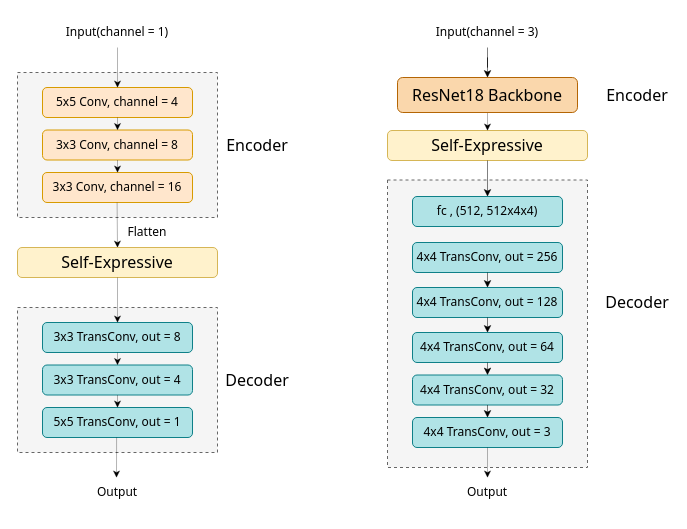
The draw.io diagram test.drawio in infiniteaim/Repository-from-Anonus, before the edit. Source tidied: cells renumbered, new cells numbered last; positions are measured from the earlier drawing's top-left corner, leaving out a move shared by most shapes. Both pictures are drawn from the tidied source at 100%, with x=0, y=0 at pixel (17, 17).
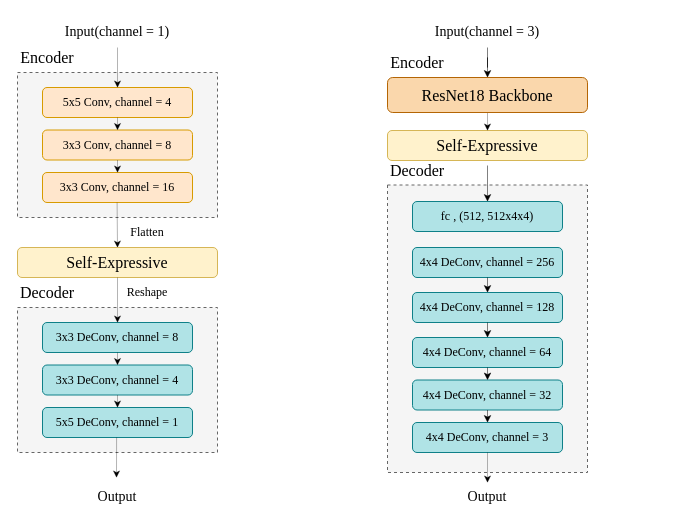
After the change.

Change to the diagram source:
```diff
@@
-    <mxCell id="2" style="rounded=0;whiteSpace=wrap;html=1;dashed=1;fillColor=#f5f5f5;fontColor=#333333;strokeColor=#666666;fontFamily=Tahoma;" parent="1" vertex="1">
+    <mxCell id="2" style="rounded=0;whiteSpace=wrap;html=1;dashed=1;fillColor=#f5f5f5;fontColor=#333333;strokeColor=#666666;fontFamily=Times New Roman;" parent="1" vertex="1">
       <mxGeometry y="55" width="200" height="145" as="geometry" />
     </mxCell>
-    <mxCell id="3" value="5x5 Conv, channel = 4" style="rounded=1;whiteSpace=wrap;html=1;fillColor=#ffe6cc;strokeColor=#d79b00;fontFamily=Tahoma;" parent="1" vertex="1">
+    <mxCell id="3" value="5x5 Conv, channel = 4" style="rounded=1;whiteSpace=wrap;html=1;fillColor=#ffe6cc;strokeColor=#d79b00;fontFamily=Times New Roman;" parent="1" vertex="1">
       <mxGeometry x="25" y="70" width="150" height="30" as="geometry" />
     </mxCell>
-    <mxCell id="4" value="3x3 Conv, channel = 8" style="rounded=1;whiteSpace=wrap;html=1;fillColor=#ffe6cc;strokeColor=#d79b00;fontFamily=Tahoma;" parent="1" vertex="1">
+    <mxCell id="4" value="3x3 Conv, channel = 8" style="rounded=1;whiteSpace=wrap;html=1;fillColor=#ffe6cc;strokeColor=#d79b00;fontFamily=Times New Roman;" parent="1" vertex="1">
       <mxGeometry x="25" y="112.5" width="150" height="30" as="geometry" />
     </mxCell>
-    <mxCell id="5" value="3x3 Conv, channel = 16" style="rounded=1;whiteSpace=wrap;html=1;fillColor=#ffe6cc;strokeColor=#d79b00;fontFamily=Tahoma;" parent="1" vertex="1">
+    <mxCell id="5" value="3x3 Conv, channel = 16" style="rounded=1;whiteSpace=wrap;html=1;fillColor=#ffe6cc;strokeColor=#d79b00;fontFamily=Times New Roman;" parent="1" vertex="1">
       <mxGeometry x="25" y="155" width="150" height="30" as="geometry" />
     </mxCell>
-    <mxCell id="6" style="endArrow=classic;html=1;rounded=0;entryX=0.5;entryY=0;entryDx=0;entryDy=0;strokeWidth=0.3;fontFamily=Tahoma;" parent="1" edge="1" target="3">
+    <mxCell id="6" style="endArrow=classic;html=1;rounded=0;entryX=0.5;entryY=0;entryDx=0;entryDy=0;strokeWidth=0.3;fontFamily=Times New Roman;" parent="1" edge="1" target="3">
       <mxGeometry relative="1" as="geometry">
         <mxPoint x="100" y="30" as="sourcePoint" />
       </mxGeometry>
     </mxCell>
-    <mxCell id="7" style="endArrow=classic;html=1;rounded=0;entryX=0.5;entryY=0;entryDx=0;entryDy=0;strokeWidth=0.3;exitX=0.5;exitY=1;exitDx=0;exitDy=0;fontFamily=Tahoma;" parent="1" edge="1" source="3" target="4">
+    <mxCell id="7" style="endArrow=classic;html=1;rounded=0;entryX=0.5;entryY=0;entryDx=0;entryDy=0;strokeWidth=0.3;exitX=0.5;exitY=1;exitDx=0;exitDy=0;fontFamily=Times New Roman;" parent="1" edge="1" source="3" target="4">
       <mxGeometry relative="1" as="geometry" />
     </mxCell>
-    <mxCell id="8" style="endArrow=classic;html=1;rounded=0;entryX=0.5;entryY=0;entryDx=0;entryDy=0;strokeWidth=0.3;exitX=0.5;exitY=1;exitDx=0;exitDy=0;fontFamily=Tahoma;" parent="1" edge="1" source="4" target="5">
+    <mxCell id="8" style="endArrow=classic;html=1;rounded=0;entryX=0.5;entryY=0;entryDx=0;entryDy=0;strokeWidth=0.3;exitX=0.5;exitY=1;exitDx=0;exitDy=0;fontFamily=Times New Roman;" parent="1" edge="1" source="4" target="5">
       <mxGeometry relative="1" as="geometry" />
     </mxCell>
-    <mxCell id="9" style="endArrow=classic;html=1;rounded=0;entryX=0.5;entryY=0;entryDx=0;entryDy=0;strokeWidth=0.3;fontFamily=Tahoma;" parent="1" edge="1" target="10">
+    <mxCell id="9" style="endArrow=classic;html=1;rounded=0;entryX=0.5;entryY=0;entryDx=0;entryDy=0;strokeWidth=0.3;fontFamily=Times New Roman;" parent="1" edge="1" target="10">
       <mxGeometry relative="1" as="geometry">
         <mxPoint x="99.6" y="185" as="sourcePoint" />
       </mxGeometry>
     </mxCell>
-    <mxCell id="10" value="&lt;font style=&quot;font-size: 16px;&quot;&gt;Self-Expressive&lt;/font&gt;" style="rounded=1;whiteSpace=wrap;html=1;fillColor=#fff2cc;strokeColor=#d6b656;fontFamily=Tahoma;" parent="1" vertex="1">
+    <mxCell id="10" value="&lt;font style=&quot;font-size: 16px;&quot;&gt;Self-Expressive&lt;/font&gt;" style="rounded=1;whiteSpace=wrap;html=1;fillColor=#fff2cc;strokeColor=#d6b656;fontFamily=Times New Roman;" parent="1" vertex="1">
       <mxGeometry y="230" width="200" height="30" as="geometry" />
     </mxCell>
-    <mxCell id="11" value="Flatten" style="text;html=1;align=center;verticalAlign=middle;whiteSpace=wrap;rounded=0;fontFamily=Tahoma;" parent="1" vertex="1">
+    <mxCell id="11" value="Flatten" style="text;html=1;align=center;verticalAlign=middle;whiteSpace=wrap;rounded=0;fontFamily=Times New Roman;" parent="1" vertex="1">
       <mxGeometry x="100" y="200" width="60" height="30" as="geometry" />
     </mxCell>
-    <mxCell id="12" value="&lt;font style=&quot;font-size: 16px;&quot;&gt;Encoder&lt;/font&gt;" style="text;html=1;align=center;verticalAlign=middle;whiteSpace=wrap;rounded=0;fontFamily=Tahoma;" parent="1" vertex="1">
-      <mxGeometry x="210" y="113" width="60" height="30" as="geometry" />
+    <mxCell id="12" value="&lt;font style=&quot;font-size: 16px;&quot;&gt;Encoder&lt;/font&gt;" style="text;html=1;align=center;verticalAlign=middle;whiteSpace=wrap;rounded=0;fontFamily=Times New Roman;" parent="1" vertex="1">
+      <mxGeometry y="25" width="60" height="30" as="geometry" />
     </mxCell>
-    <mxCell id="13" style="rounded=0;whiteSpace=wrap;html=1;dashed=1;fillColor=#f5f5f5;fontColor=#333333;strokeColor=#666666;fontFamily=Tahoma;" parent="1" vertex="1">
+    <mxCell id="13" style="rounded=0;whiteSpace=wrap;html=1;dashed=1;fillColor=#f5f5f5;fontColor=#333333;strokeColor=#666666;fontFamily=Times New Roman;" parent="1" vertex="1">
       <mxGeometry y="290" width="200" height="145" as="geometry" />
     </mxCell>
-    <mxCell id="14" value="3x3 TransConv, out = 8" style="rounded=1;whiteSpace=wrap;html=1;fillColor=#b0e3e6;strokeColor=#0e8088;fontFamily=Tahoma;" parent="1" vertex="1">
+    <mxCell id="14" value="3x3 DeConv, channel = 8" style="rounded=1;whiteSpace=wrap;html=1;fillColor=#b0e3e6;strokeColor=#0e8088;fontFamily=Times New Roman;" parent="1" vertex="1">
       <mxGeometry x="25" y="305" width="150" height="30" as="geometry" />
     </mxCell>
-    <mxCell id="15" value="3x3 TransConv, out = 4" style="rounded=1;whiteSpace=wrap;html=1;fillColor=#b0e3e6;strokeColor=#0e8088;fontFamily=Tahoma;" parent="1" vertex="1">
+    <mxCell id="15" value="3x3 DeConv, channel&amp;nbsp;= 4" style="rounded=1;whiteSpace=wrap;html=1;fillColor=#b0e3e6;strokeColor=#0e8088;fontFamily=Times New Roman;" parent="1" vertex="1">
       <mxGeometry x="25" y="347.5" width="150" height="30" as="geometry" />
     </mxCell>
-    <mxCell id="16" value="5x5 TransConv, out = 1" style="rounded=1;whiteSpace=wrap;html=1;fillColor=#b0e3e6;strokeColor=#0e8088;fontFamily=Tahoma;" parent="1" vertex="1">
+    <mxCell id="16" value="5x5 DeConv, channel&amp;nbsp;= 1" style="rounded=1;whiteSpace=wrap;html=1;fillColor=#b0e3e6;strokeColor=#0e8088;fontFamily=Times New Roman;" parent="1" vertex="1">
       <mxGeometry x="25" y="390" width="150" height="30" as="geometry" />
     </mxCell>
-    <mxCell id="17" style="endArrow=classic;html=1;rounded=0;entryX=0.5;entryY=0;entryDx=0;entryDy=0;strokeWidth=0.3;exitX=0.5;exitY=1;exitDx=0;exitDy=0;fontFamily=Tahoma;" parent="1" edge="1" source="10" target="14">
+    <mxCell id="17" style="endArrow=classic;html=1;rounded=0;entryX=0.5;entryY=0;entryDx=0;entryDy=0;strokeWidth=0.3;exitX=0.5;exitY=1;exitDx=0;exitDy=0;fontFamily=Times New Roman;" parent="1" edge="1" source="10" target="14">
       <mxGeometry relative="1" as="geometry" />
     </mxCell>
-    <mxCell id="18" style="endArrow=classic;html=1;rounded=0;entryX=0.5;entryY=0;entryDx=0;entryDy=0;strokeWidth=0.3;exitX=0.5;exitY=1;exitDx=0;exitDy=0;fontFamily=Tahoma;" parent="1" edge="1" source="14" target="15">
+    <mxCell id="18" style="endArrow=classic;html=1;rounded=0;entryX=0.5;entryY=0;entryDx=0;entryDy=0;strokeWidth=0.3;exitX=0.5;exitY=1;exitDx=0;exitDy=0;fontFamily=Times New Roman;" parent="1" edge="1" source="14" target="15">
       <mxGeometry relative="1" as="geometry" />
     </mxCell>
-    <mxCell id="19" style="endArrow=classic;html=1;rounded=0;entryX=0.5;entryY=0;entryDx=0;entryDy=0;strokeWidth=0.3;exitX=0.5;exitY=1;exitDx=0;exitDy=0;fontFamily=Tahoma;" parent="1" edge="1" source="15" target="16">
+    <mxCell id="19" style="endArrow=classic;html=1;rounded=0;entryX=0.5;entryY=0;entryDx=0;entryDy=0;strokeWidth=0.3;exitX=0.5;exitY=1;exitDx=0;exitDy=0;fontFamily=Times New Roman;" parent="1" edge="1" source="15" target="16">
       <mxGeometry relative="1" as="geometry" />
     </mxCell>
-    <mxCell id="20" value="&lt;font style=&quot;font-size: 16px;&quot;&gt;Decoder&lt;/font&gt;" style="text;html=1;align=center;verticalAlign=middle;whiteSpace=wrap;rounded=0;fontFamily=Tahoma;" parent="1" vertex="1">
-      <mxGeometry x="210" y="347.5" width="60" height="30" as="geometry" />
+    <mxCell id="20" value="&lt;font style=&quot;font-size: 16px;&quot;&gt;Decoder&lt;/font&gt;" style="text;html=1;align=center;verticalAlign=middle;whiteSpace=wrap;rounded=0;fontFamily=Times New Roman;" parent="1" vertex="1">
+      <mxGeometry y="260" width="60" height="30" as="geometry" />
     </mxCell>
-    <mxCell id="21" value="&lt;font style=&quot;font-size: 16px;&quot;&gt;Self-Expressive&lt;/font&gt;" style="rounded=1;whiteSpace=wrap;html=1;fillColor=#fff2cc;strokeColor=#d6b656;fontFamily=Tahoma;" parent="1" vertex="1">
+    <mxCell id="21" value="&lt;font style=&quot;font-size: 16px;&quot;&gt;Self-Expressive&lt;/font&gt;" style="rounded=1;whiteSpace=wrap;html=1;fillColor=#fff2cc;strokeColor=#d6b656;fontFamily=Times New Roman;" parent="1" vertex="1">
       <mxGeometry x="370" y="113" width="200" height="30" as="geometry" />
     </mxCell>
-    <mxCell id="22" style="endArrow=classic;html=1;rounded=0;strokeWidth=0.3;entryX=0.5;entryY=0;entryDx=0;entryDy=0;fontFamily=Tahoma;" parent="1" edge="1" target="21">
+    <mxCell id="22" style="endArrow=classic;html=1;rounded=0;strokeWidth=0.3;entryX=0.5;entryY=0;entryDx=0;entryDy=0;fontFamily=Times New Roman;" parent="1" edge="1" target="21">
       <mxGeometry relative="1" as="geometry">
         <mxPoint x="470" y="80" as="sourcePoint" />
       </mxGeometry>
     </mxCell>
-    <mxCell id="23" style="rounded=0;whiteSpace=wrap;html=1;dashed=1;fillColor=#f5f5f5;fontColor=#333333;strokeColor=#666666;fontFamily=Tahoma;" parent="1" vertex="1">
-      <mxGeometry x="370" y="162.5" width="200" height="287.5" as="geometry" />
+    <mxCell id="23" style="rounded=0;whiteSpace=wrap;html=1;dashed=1;fillColor=#f5f5f5;fontColor=#333333;strokeColor=#666666;fontFamily=Times New Roman;" parent="1" vertex="1">
+      <mxGeometry x="370" y="167.5" width="200" height="287.5" as="geometry" />
     </mxCell>
-    <mxCell id="24" value="4x4 TransConv, out = 256" style="rounded=1;whiteSpace=wrap;html=1;fillColor=#b0e3e6;strokeColor=#0e8088;fontFamily=Tahoma;" parent="1" vertex="1">
-      <mxGeometry x="395" y="225" width="150" height="30" as="geometry" />
+    <mxCell id="24" value="4x4 DeConv, channel = 256" style="rounded=1;whiteSpace=wrap;html=1;fillColor=#b0e3e6;strokeColor=#0e8088;fontFamily=Times New Roman;" parent="1" vertex="1">
+      <mxGeometry x="395" y="230" width="150" height="30" as="geometry" />
     </mxCell>
-    <mxCell id="25" value="4x4 TransConv, out = 128" style="rounded=1;whiteSpace=wrap;html=1;fillColor=#b0e3e6;strokeColor=#0e8088;fontFamily=Tahoma;" parent="1" vertex="1">
-      <mxGeometry x="395" y="270" width="150" height="30" as="geometry" />
+    <mxCell id="25" value="4x4 DeConv, channel = 128" style="rounded=1;whiteSpace=wrap;html=1;fillColor=#b0e3e6;strokeColor=#0e8088;fontFamily=Times New Roman;" parent="1" vertex="1">
+      <mxGeometry x="395" y="275" width="150" height="30" as="geometry" />
     </mxCell>
-    <mxCell id="26" value="4x4 TransConv, out = 64" style="rounded=1;whiteSpace=wrap;html=1;fillColor=#b0e3e6;strokeColor=#0e8088;fontFamily=Tahoma;" parent="1" vertex="1">
-      <mxGeometry x="395" y="315" width="150" height="30" as="geometry" />
+    <mxCell id="26" value="4x4 DeConv, channel = 64" style="rounded=1;whiteSpace=wrap;html=1;fillColor=#b0e3e6;strokeColor=#0e8088;fontFamily=Times New Roman;" parent="1" vertex="1">
+      <mxGeometry x="395" y="320" width="150" height="30" as="geometry" />
     </mxCell>
-    <mxCell id="27" value="4x4 TransConv, out = 32" style="rounded=1;whiteSpace=wrap;html=1;fillColor=#b0e3e6;strokeColor=#0e8088;fontFamily=Tahoma;" parent="1" vertex="1">
-      <mxGeometry x="395" y="357.5" width="150" height="30" as="geometry" />
+    <mxCell id="27" value="4x4 DeConv, channel = 32" style="rounded=1;whiteSpace=wrap;html=1;fillColor=#b0e3e6;strokeColor=#0e8088;fontFamily=Times New Roman;" parent="1" vertex="1">
+      <mxGeometry x="395" y="362.5" width="150" height="30" as="geometry" />
     </mxCell>
-    <mxCell id="28" value="4x4 TransConv, out = 3" style="rounded=1;whiteSpace=wrap;html=1;fillColor=#b0e3e6;strokeColor=#0e8088;fontFamily=Tahoma;" parent="1" vertex="1">
-      <mxGeometry x="395" y="400" width="150" height="30" as="geometry" />
+    <mxCell id="28" value="4x4 DeConv, channel = 3" style="rounded=1;whiteSpace=wrap;html=1;fillColor=#b0e3e6;strokeColor=#0e8088;fontFamily=Times New Roman;" parent="1" vertex="1">
+      <mxGeometry x="395" y="405" width="150" height="30" as="geometry" />
     </mxCell>
-    <mxCell id="29" style="endArrow=classic;html=1;rounded=0;exitX=0.5;exitY=1;exitDx=0;exitDy=0;strokeWidth=0.5;entryX=0.5;entryY=0;entryDx=0;entryDy=0;fontFamily=Tahoma;" parent="1" edge="1" source="21" target="36">
-      <mxGeometry relative="1" as="geometry" />
+    <mxCell id="29" style="endArrow=classic;html=1;rounded=0;exitX=0.5;exitY=1;exitDx=0;exitDy=0;strokeWidth=0.5;entryX=0.5;entryY=0;entryDx=0;entryDy=0;fontFamily=Times New Roman;" parent="1" edge="1" target="36">
+      <mxGeometry relative="1" as="geometry">
+        <mxPoint x="470" y="148" as="sourcePoint" />
+      </mxGeometry>
     </mxCell>
-    <mxCell id="30" style="endArrow=classic;html=1;rounded=0;entryX=0.5;entryY=0;entryDx=0;entryDy=0;exitX=0.5;exitY=1;exitDx=0;exitDy=0;strokeWidth=0.5;fontFamily=Tahoma;" parent="1" edge="1" source="24" target="25">
+    <mxCell id="30" style="endArrow=classic;html=1;rounded=0;entryX=0.5;entryY=0;entryDx=0;entryDy=0;exitX=0.5;exitY=1;exitDx=0;exitDy=0;strokeWidth=0.5;fontFamily=Times New Roman;" parent="1" edge="1" source="24" target="25">
       <mxGeometry relative="1" as="geometry" />
     </mxCell>
-    <mxCell id="31" style="endArrow=classic;html=1;rounded=0;entryX=0.5;entryY=0;entryDx=0;entryDy=0;exitX=0.5;exitY=1;exitDx=0;exitDy=0;strokeWidth=0.5;fontFamily=Tahoma;" parent="1" edge="1" source="25" target="26">
+    <mxCell id="31" style="endArrow=classic;html=1;rounded=0;entryX=0.5;entryY=0;entryDx=0;entryDy=0;exitX=0.5;exitY=1;exitDx=0;exitDy=0;strokeWidth=0.5;fontFamily=Times New Roman;" parent="1" edge="1" source="25" target="26">
       <mxGeometry relative="1" as="geometry" />
     </mxCell>
-    <mxCell id="32" style="endArrow=classic;html=1;rounded=0;entryX=0.5;entryY=0;entryDx=0;entryDy=0;exitX=0.5;exitY=1;exitDx=0;exitDy=0;strokeWidth=0.5;fontFamily=Tahoma;" parent="1" edge="1" source="26" target="27">
+    <mxCell id="32" style="endArrow=classic;html=1;rounded=0;entryX=0.5;entryY=0;entryDx=0;entryDy=0;exitX=0.5;exitY=1;exitDx=0;exitDy=0;strokeWidth=0.5;fontFamily=Times New Roman;" parent="1" edge="1" source="26" target="27">
       <mxGeometry relative="1" as="geometry" />
     </mxCell>
-    <mxCell id="33" style="endArrow=classic;html=1;rounded=0;entryX=0.5;entryY=0;entryDx=0;entryDy=0;exitX=0.5;exitY=1;exitDx=0;exitDy=0;strokeWidth=0.5;fontFamily=Tahoma;" parent="1" edge="1" source="27" target="28">
+    <mxCell id="33" style="endArrow=classic;html=1;rounded=0;entryX=0.5;entryY=0;entryDx=0;entryDy=0;exitX=0.5;exitY=1;exitDx=0;exitDy=0;strokeWidth=0.5;fontFamily=Times New Roman;" parent="1" edge="1" source="27" target="28">
       <mxGeometry relative="1" as="geometry" />
     </mxCell>
-    <mxCell id="34" style="endArrow=classic;html=1;rounded=0;strokeWidth=0.3;exitX=0.5;exitY=1;exitDx=0;exitDy=0;fontFamily=Tahoma;" parent="1" edge="1">
+    <mxCell id="34" style="endArrow=classic;html=1;rounded=0;strokeWidth=0.3;exitX=0.5;exitY=1;exitDx=0;exitDy=0;fontFamily=Times New Roman;" parent="1" edge="1">
       <mxGeometry relative="1" as="geometry">
         <mxPoint x="99.1" y="420" as="sourcePoint" />
         <mxPoint x="99" y="460" as="targetPoint" />
       </mxGeometry>
     </mxCell>
-    <mxCell id="35" style="endArrow=classic;html=1;rounded=0;strokeWidth=0.3;exitX=0.5;exitY=1;exitDx=0;exitDy=0;entryX=0.5;entryY=0;entryDx=0;entryDy=0;fontFamily=Tahoma;" parent="1" edge="1" source="28" target="44">
+    <mxCell id="35" style="endArrow=classic;html=1;rounded=0;strokeWidth=0.3;exitX=0.5;exitY=1;exitDx=0;exitDy=0;entryX=0.5;entryY=0;entryDx=0;entryDy=0;fontFamily=Times New Roman;" parent="1" edge="1" source="28" target="44">
       <mxGeometry relative="1" as="geometry" />
     </mxCell>
-    <mxCell id="36" value="fc , (512, 512x4x4)" style="rounded=1;whiteSpace=wrap;html=1;fillColor=#b0e3e6;strokeColor=#0e8088;fontFamily=Tahoma;" parent="1" vertex="1">
-      <mxGeometry x="395" y="179" width="150" height="30" as="geometry" />
+    <mxCell id="36" value="fc , (512, 512x4x4)" style="rounded=1;whiteSpace=wrap;html=1;fillColor=#b0e3e6;strokeColor=#0e8088;fontFamily=Times New Roman;" parent="1" vertex="1">
+      <mxGeometry x="395" y="184" width="150" height="30" as="geometry" />
     </mxCell>
-    <mxCell id="37" value="&lt;font style=&quot;font-size: 16px;&quot;&gt;Decoder&lt;/font&gt;" style="text;html=1;align=center;verticalAlign=middle;whiteSpace=wrap;rounded=0;fontFamily=Tahoma;" parent="1" vertex="1">
-      <mxGeometry x="590" y="270" width="60" height="30" as="geometry" />
+    <mxCell id="37" value="&lt;font style=&quot;font-size: 16px;&quot;&gt;Decoder&lt;/font&gt;" style="text;html=1;align=center;verticalAlign=middle;whiteSpace=wrap;rounded=0;fontFamily=Times New Roman;" parent="1" vertex="1">
+      <mxGeometry x="370" y="137.5" width="60" height="30" as="geometry" />
     </mxCell>
-    <mxCell id="38" value="&lt;font style=&quot;font-size: 16px;&quot;&gt;ResNet18 Backbone&lt;/font&gt;" style="rounded=1;whiteSpace=wrap;html=1;fillColor=#fad7ac;strokeColor=#b46504;fontFamily=Tahoma;" parent="1" vertex="1">
-      <mxGeometry x="380" y="60" width="180" height="35" as="geometry" />
+    <mxCell id="38" value="&lt;font style=&quot;font-size: 16px;&quot;&gt;ResNet18 Backbone&lt;/font&gt;" style="rounded=1;whiteSpace=wrap;html=1;fillColor=#fad7ac;strokeColor=#b46504;fontFamily=Times New Roman;" parent="1" vertex="1">
+      <mxGeometry x="370" y="60" width="200" height="35" as="geometry" />
     </mxCell>
-    <mxCell id="39" value="&lt;font style=&quot;font-size: 16px;&quot;&gt;Encoder&lt;/font&gt;" style="text;html=1;align=center;verticalAlign=middle;whiteSpace=wrap;rounded=0;fontFamily=Tahoma;" parent="1" vertex="1">
-      <mxGeometry x="590" y="62.5" width="60" height="30" as="geometry" />
+    <mxCell id="39" value="&lt;font style=&quot;font-size: 16px;&quot;&gt;Encoder&lt;/font&gt;" style="text;html=1;align=center;verticalAlign=middle;whiteSpace=wrap;rounded=0;fontFamily=Times New Roman;" parent="1" vertex="1">
+      <mxGeometry x="370" y="30" width="60" height="30" as="geometry" />
     </mxCell>
-    <mxCell id="40" value="&lt;font&gt;Input(channel = 1)&lt;/font&gt;" style="text;html=1;align=center;verticalAlign=middle;whiteSpace=wrap;rounded=0;fontFamily=Tahoma;" parent="1" vertex="1">
+    <mxCell id="40" value="&lt;font style=&quot;font-size: 14px;&quot;&gt;Input(channel = 1)&lt;/font&gt;" style="text;html=1;align=center;verticalAlign=middle;whiteSpace=wrap;rounded=0;fontFamily=Times New Roman;" parent="1" vertex="1">
       <mxGeometry x="40" width="120" height="30" as="geometry" />
     </mxCell>
-    <mxCell id="41" value="&lt;font&gt;Output&lt;/font&gt;" style="text;html=1;align=center;verticalAlign=middle;whiteSpace=wrap;rounded=0;fontFamily=Tahoma;" parent="1" vertex="1">
-      <mxGeometry x="70" y="460" width="60" height="30" as="geometry" />
+    <mxCell id="41" value="&lt;font style=&quot;font-size: 14px;&quot;&gt;Output&lt;/font&gt;" style="text;html=1;align=center;verticalAlign=middle;whiteSpace=wrap;rounded=0;fontFamily=Times New Roman;" parent="1" vertex="1">
+      <mxGeometry x="70" y="465" width="60" height="30" as="geometry" />
     </mxCell>
-    <mxCell id="42" style="edgeStyle=orthogonalEdgeStyle;rounded=0;jettySize=auto;html=1;fontFamily=Tahoma;strokeWidth=0.5;" parent="1" edge="1" source="43" target="38">
+    <mxCell id="42" style="edgeStyle=orthogonalEdgeStyle;rounded=0;jettySize=auto;html=1;fontFamily=Times New Roman;strokeWidth=0.5;" parent="1" edge="1" source="43" target="38">
       <mxGeometry relative="1" as="geometry" />
     </mxCell>
-    <mxCell id="43" value="&lt;font&gt;Input(channel = 3)&lt;/font&gt;" style="text;html=1;align=center;verticalAlign=middle;whiteSpace=wrap;rounded=0;fontFamily=Tahoma;" parent="1" vertex="1">
+    <mxCell id="43" value="&lt;font style=&quot;font-size: 14px;&quot;&gt;Input(channel = 3)&lt;/font&gt;" style="text;html=1;align=center;verticalAlign=middle;whiteSpace=wrap;rounded=0;fontFamily=Times New Roman;" parent="1" vertex="1">
       <mxGeometry x="415" width="110" height="30" as="geometry" />
     </mxCell>
-    <mxCell id="44" value="&lt;font&gt;Output&lt;/font&gt;" style="text;html=1;align=center;verticalAlign=middle;whiteSpace=wrap;rounded=0;fontFamily=Tahoma;" parent="1" vertex="1">
-      <mxGeometry x="440" y="460" width="60" height="30" as="geometry" />
+    <mxCell id="44" value="&lt;font style=&quot;font-size: 14px;&quot;&gt;Output&lt;/font&gt;" style="text;html=1;align=center;verticalAlign=middle;whiteSpace=wrap;rounded=0;fontFamily=Times New Roman;" parent="1" vertex="1">
+      <mxGeometry x="440" y="465" width="60" height="30" as="geometry" />
     </mxCell>
+    <mxCell id="45" value="Reshape" style="text;html=1;align=center;verticalAlign=middle;whiteSpace=wrap;rounded=0;fontFamily=Times New Roman;" parent="1" vertex="1">
+      <mxGeometry x="100" y="260" width="60" height="30" as="geometry" />
+    </mxCell>
```
